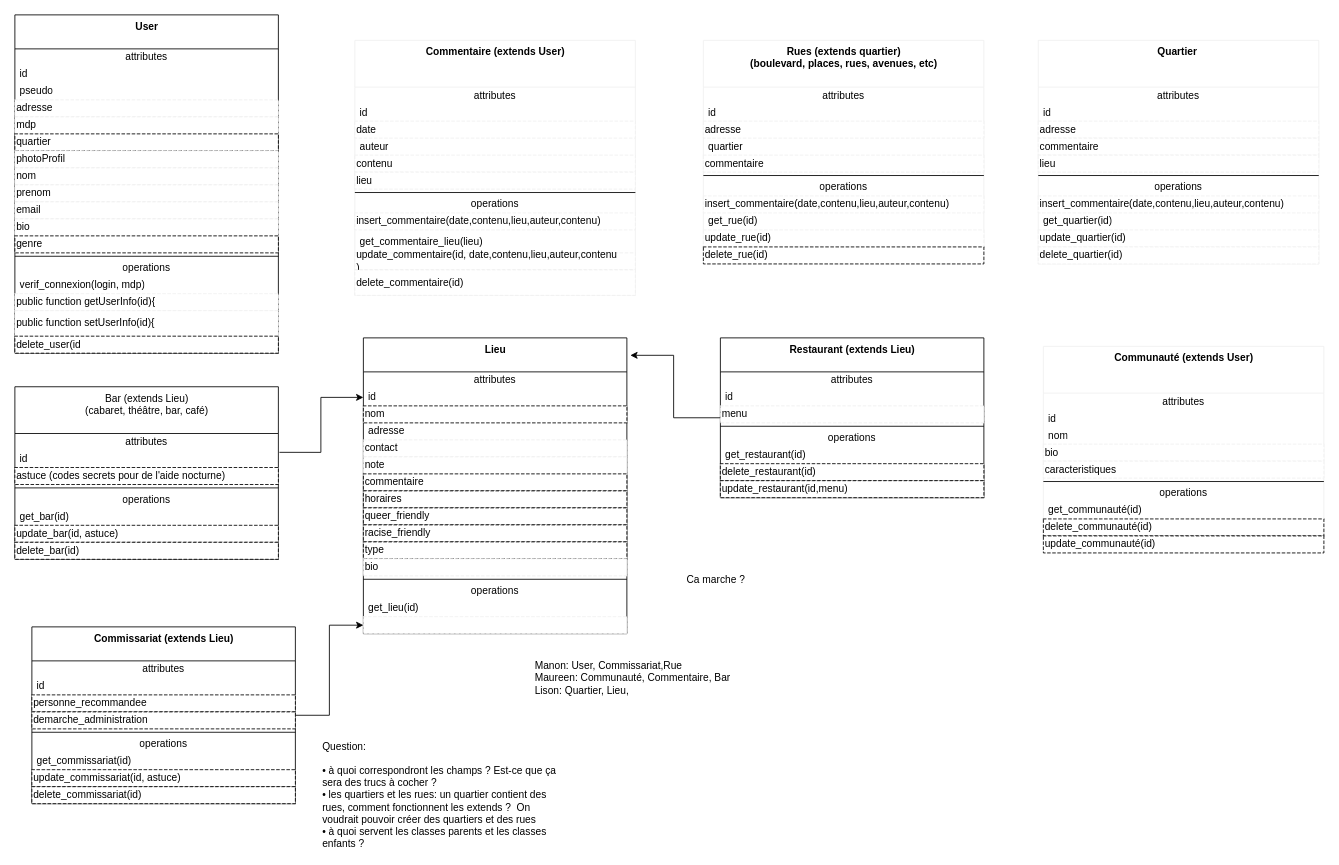
This is class/analyse/analyse.drawio from Lison-creator/home_safe, a draw.io file, before an edit. Source tidied: cells renumbered, new cells numbered last; positions are measured from the earlier drawing's top-left corner, leaving out a move shared by most shapes. Both pictures are drawn from the tidied source at 85%, with x=0, y=0 at pixel (14, 14).
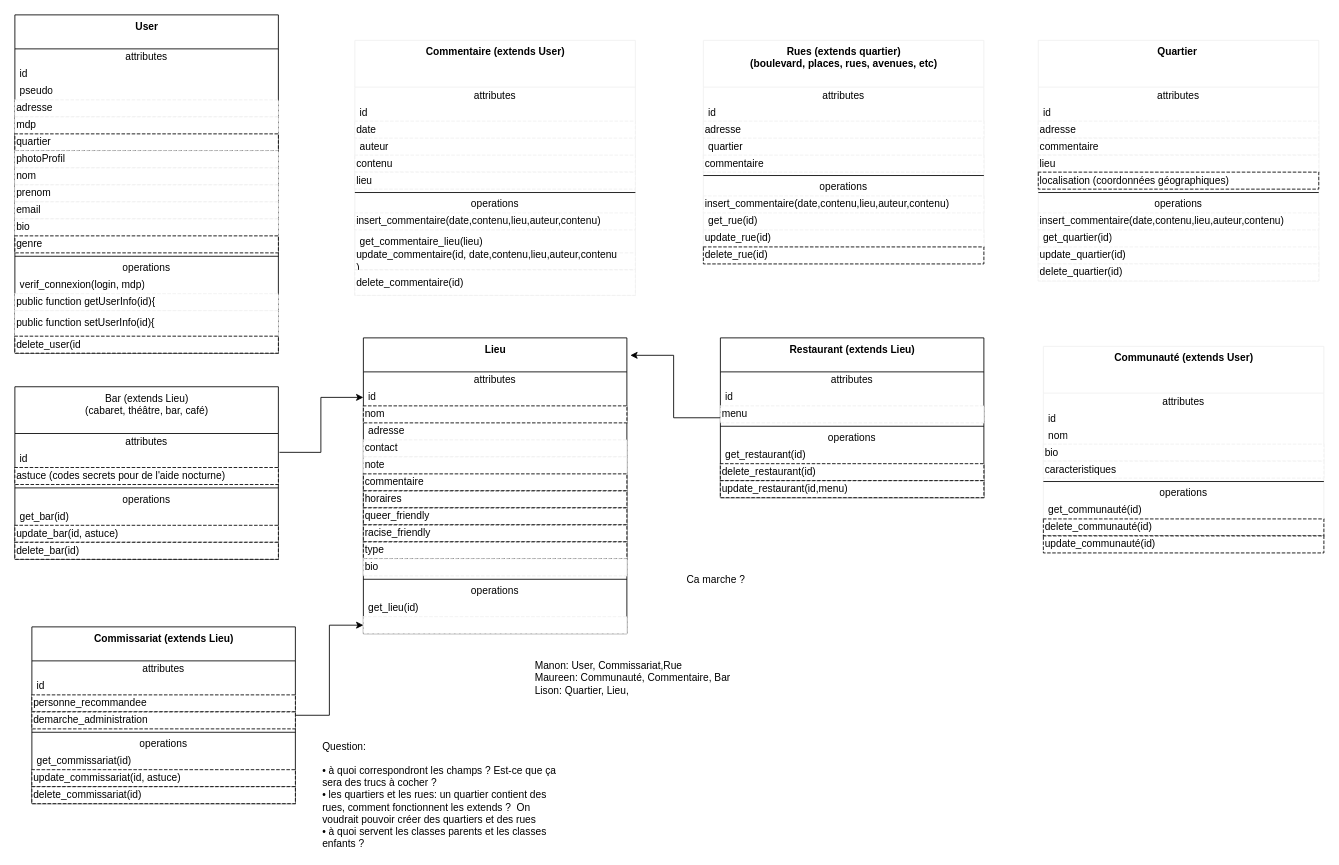
After the change.

Diff of the diagram source:
```diff
@@
     <mxCell id="94" value="&lt;b&gt;Quartier&amp;nbsp;&lt;br&gt;&lt;/b&gt;" style="swimlane;fontStyle=0;align=center;verticalAlign=top;horizontal=1;startSize=55;html=1;strokeColor=#f0f0f0;" parent="1" vertex="1">
-      <mxGeometry x="1204" y="30" width="330" height="263" as="geometry" />
+      <mxGeometry x="1204" y="30" width="330" height="283" as="geometry" />
     </mxCell>
@@
+    <mxCell id="120" value="localisation (coordonnées géographiques)" style="shape=partialRectangle;html=1;top=1;align=left;dashed=1;" parent="94" vertex="1">
+      <mxGeometry y="155" width="330" height="20" as="geometry" />
+    </mxCell>
     <mxCell id="100" style="line;strokeWidth=1;fillColor=none;align=left;verticalAlign=middle;spacingTop=-1;spacingLeft=3;spacingRight=3;labelPosition=right;" parent="94" vertex="1">
-      <mxGeometry y="155" width="330" height="8" as="geometry" />
+      <mxGeometry y="175" width="330" height="8" as="geometry" />
     </mxCell>
     <mxCell id="101" value="operations" style="text;html=1;strokeColor=none;fillColor=none;align=center;verticalAlign=middle;spacingLeft=4;spacingRight=4;overflow=hidden;" parent="94" vertex="1">
-      <mxGeometry y="163" width="330" height="20" as="geometry" />
+      <mxGeometry y="183" width="330" height="20" as="geometry" />
     </mxCell>
     <mxCell id="102" value="insert_commentaire(date,contenu,lieu,auteur,contenu)" style="shape=partialRectangle;html=1;top=1;align=left;dashed=1;strokeColor=#f0f0f0;" parent="94" vertex="1">
-      <mxGeometry y="183" width="330" height="20" as="geometry" />
+      <mxGeometry y="203" width="330" height="20" as="geometry" />
     </mxCell>
     <mxCell id="103" value="get_quartier(id)" style="text;html=1;strokeColor=none;fillColor=none;align=left;verticalAlign=middle;spacingLeft=4;spacingRight=4;overflow=hidden;" parent="94" vertex="1">
-      <mxGeometry y="203" width="330" height="20" as="geometry" />
+      <mxGeometry y="223" width="330" height="20" as="geometry" />
     </mxCell>
     <mxCell id="104" value="update_quartier(id)" style="shape=partialRectangle;html=1;top=1;align=left;dashed=1;strokeColor=#f0f0f0;" parent="94" vertex="1">
-      <mxGeometry y="223" width="330" height="20" as="geometry" />
+      <mxGeometry y="243" width="330" height="20" as="geometry" />
     </mxCell>
     <mxCell id="105" value="delete_quartier(id)" style="shape=partialRectangle;html=1;top=1;align=left;dashed=1;strokeColor=#f0f0f0;" parent="94" vertex="1">
-      <mxGeometry y="243" width="330" height="20" as="geometry" />
+      <mxGeometry y="263" width="330" height="20" as="geometry" />
     </mxCell>
```
